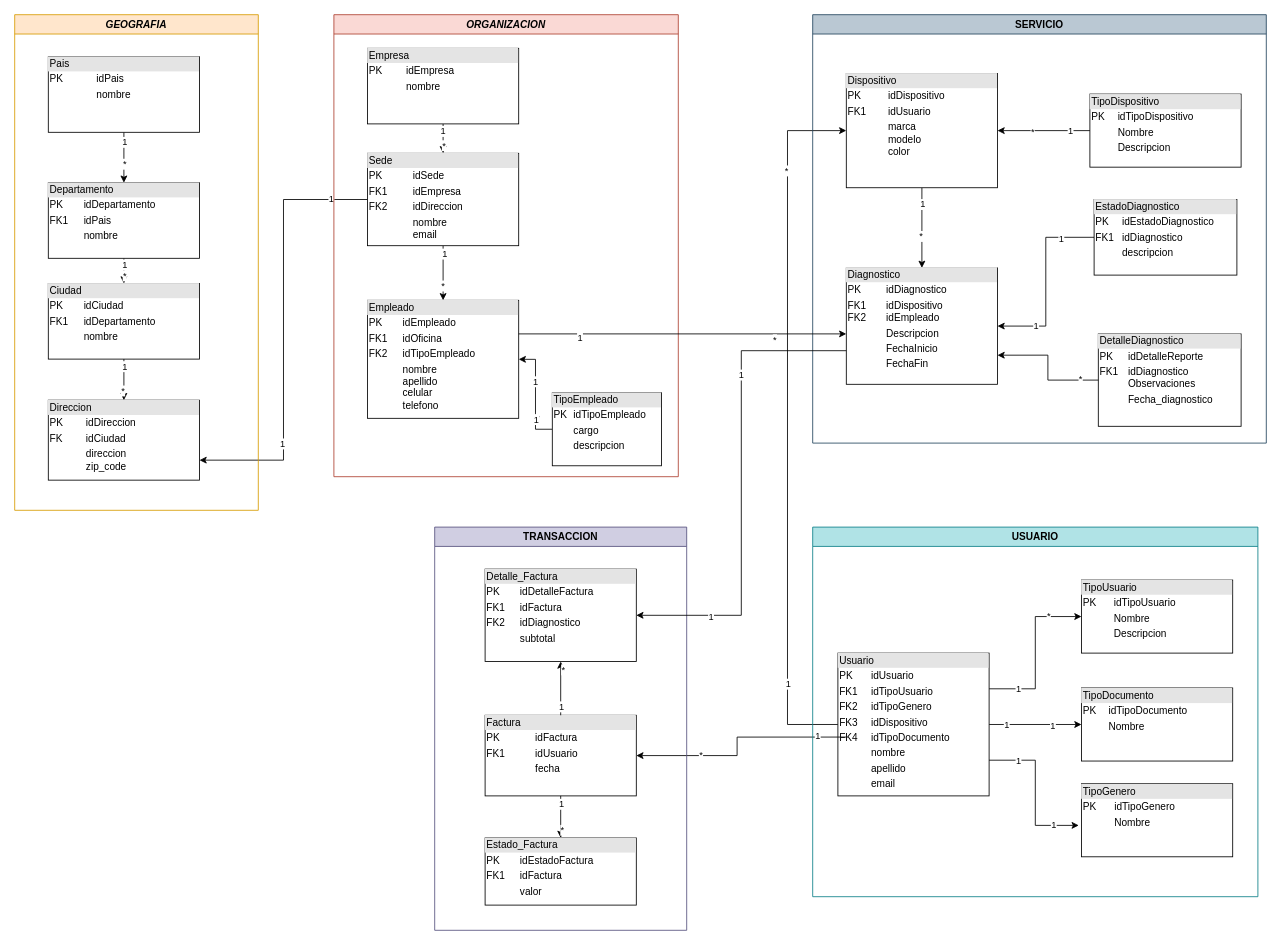
Above: projects/tech_support/Tech_support.drawio in Alejo2304/website_projects (draw.io), before the change. Source tidied: cells renumbered, new cells numbered last; positions are measured from the earlier drawing's top-left corner, leaving out a move shared by most shapes. Both pictures are drawn from the tidied source at 84%, with x=0, y=0 at pixel (14, 14).
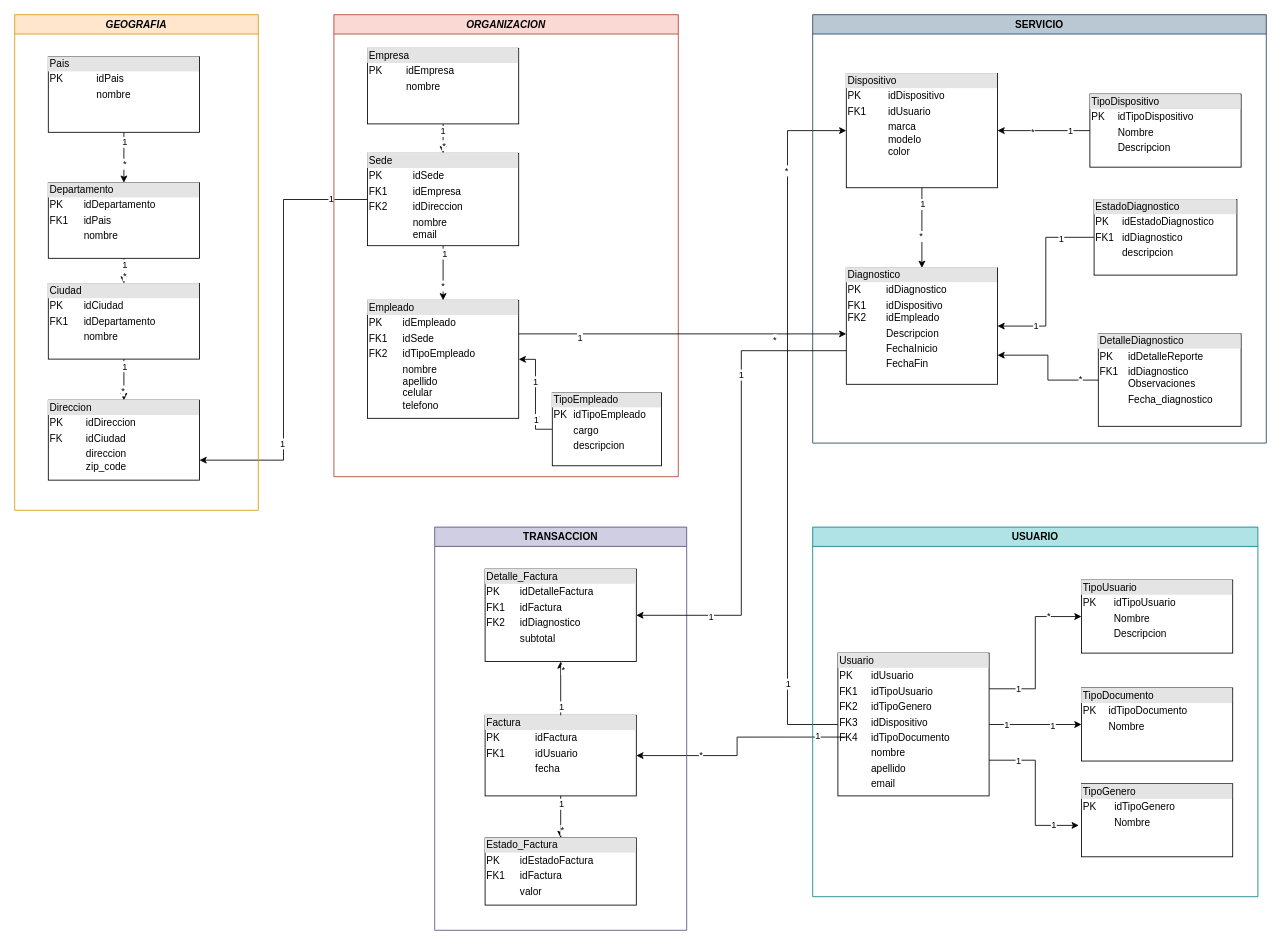
The same page after the edit.

The change refers to these unchanged cells:
```xml
<mxCell id="36" value="&lt;i&gt;ORGANIZACION&lt;/i&gt;" style="swimlane;whiteSpace=wrap;html=1;fillColor=#fad9d5;strokeColor=#ae4132;" parent="1" vertex="1">
  <mxGeometry x="380" width="410" height="550" as="geometry" />
</mxCell>
```

Change to the diagram source:
```diff
@@
-    <mxCell id="37" value="&lt;div style=&quot;box-sizing:border-box;width:100%;background:#e4e4e4;padding:2px;&quot;&gt;Empleado&lt;/div&gt;&lt;table style=&quot;width:100%;font-size:1em;&quot; cellpadding=&quot;2&quot; cellspacing=&quot;0&quot;&gt;&lt;tbody&gt;&lt;tr&gt;&lt;td&gt;PK&lt;/td&gt;&lt;td&gt;idEmpleado&lt;/td&gt;&lt;/tr&gt;&lt;tr&gt;&lt;td&gt;FK1&lt;/td&gt;&lt;td&gt;idOficina&lt;/td&gt;&lt;/tr&gt;&lt;tr&gt;&lt;td&gt;FK2&lt;/td&gt;&lt;td&gt;idTipoEmpleado&lt;/td&gt;&lt;/tr&gt;&lt;tr&gt;&lt;td&gt;&lt;br&gt;&lt;/td&gt;&lt;td&gt;nombre&lt;br&gt;apellido&lt;br&gt;celular&lt;br&gt;telefono&lt;br&gt;&lt;/td&gt;&lt;/tr&gt;&lt;/tbody&gt;&lt;/table&gt;" style="verticalAlign=top;align=left;overflow=fill;html=1;whiteSpace=wrap;" parent="36" vertex="1">
+    <mxCell id="37" value="&lt;div style=&quot;box-sizing:border-box;width:100%;background:#e4e4e4;padding:2px;&quot;&gt;Empleado&lt;/div&gt;&lt;table style=&quot;width:100%;font-size:1em;&quot; cellpadding=&quot;2&quot; cellspacing=&quot;0&quot;&gt;&lt;tbody&gt;&lt;tr&gt;&lt;td&gt;PK&lt;/td&gt;&lt;td&gt;idEmpleado&lt;/td&gt;&lt;/tr&gt;&lt;tr&gt;&lt;td&gt;FK1&lt;/td&gt;&lt;td&gt;idSede&lt;/td&gt;&lt;/tr&gt;&lt;tr&gt;&lt;td&gt;FK2&lt;/td&gt;&lt;td&gt;idTipoEmpleado&lt;/td&gt;&lt;/tr&gt;&lt;tr&gt;&lt;td&gt;&lt;br&gt;&lt;/td&gt;&lt;td&gt;nombre&lt;br&gt;apellido&lt;br&gt;celular&lt;br&gt;telefono&lt;br&gt;&lt;/td&gt;&lt;/tr&gt;&lt;/tbody&gt;&lt;/table&gt;" style="verticalAlign=top;align=left;overflow=fill;html=1;whiteSpace=wrap;" parent="36" vertex="1">
       <mxGeometry x="40" y="340" width="180" height="140.5" as="geometry" />
     </mxCell>
```
